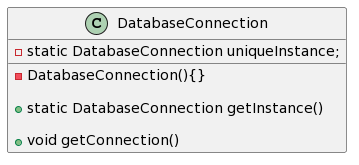
Above: Engenharia de Software III/Imagens/diagrama_classe_singleton.png in Jennyads/Bertoti (PlantUML), before the change.
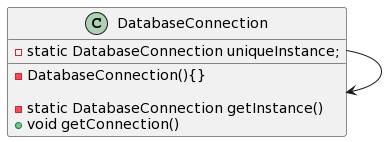
After the change.

The edit, as a diff of the source:
```diff
@@ -3,10 +3,9 @@
     -static DatabaseConnection uniqueInstance;
     -DatabaseConnection(){}
 
-    +static DatabaseConnection getInstance()
-
+    -static DatabaseConnection getInstance()
     +void getConnection()
 
-
 }
+DatabaseConnection --> DatabaseConnection
 @enduml
```
